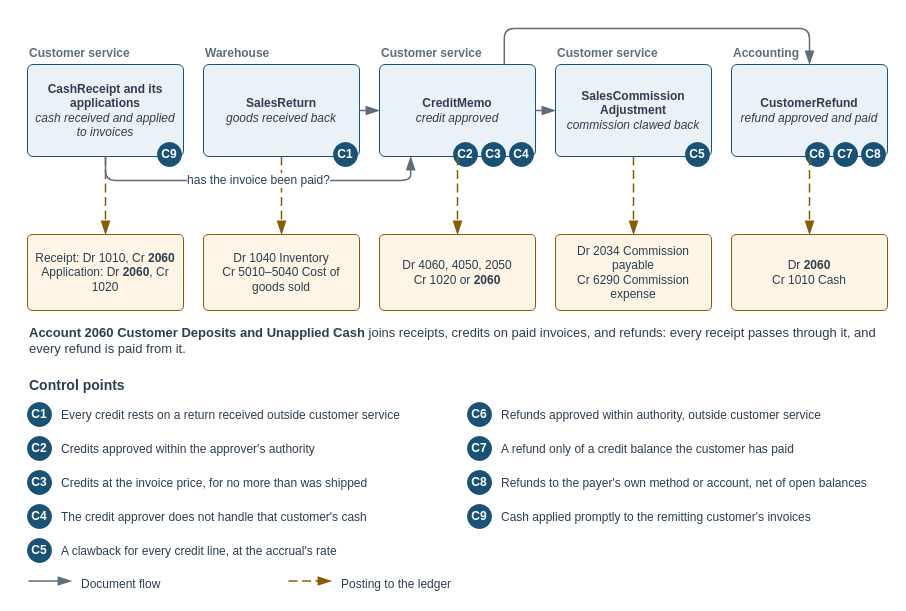
Above: visuals/src/fig-19-01-credits-cycle.drawio in mmcodesso/Accounting_Analytics_Book (draw.io), before the change. Source tidied: cells renumbered, new cells numbered last; positions are measured from the earlier drawing's top-left corner, leaving out a move shared by most shapes. Both pictures are drawn from the tidied source at 100%, with x=0, y=0 at pixel (27, 20).
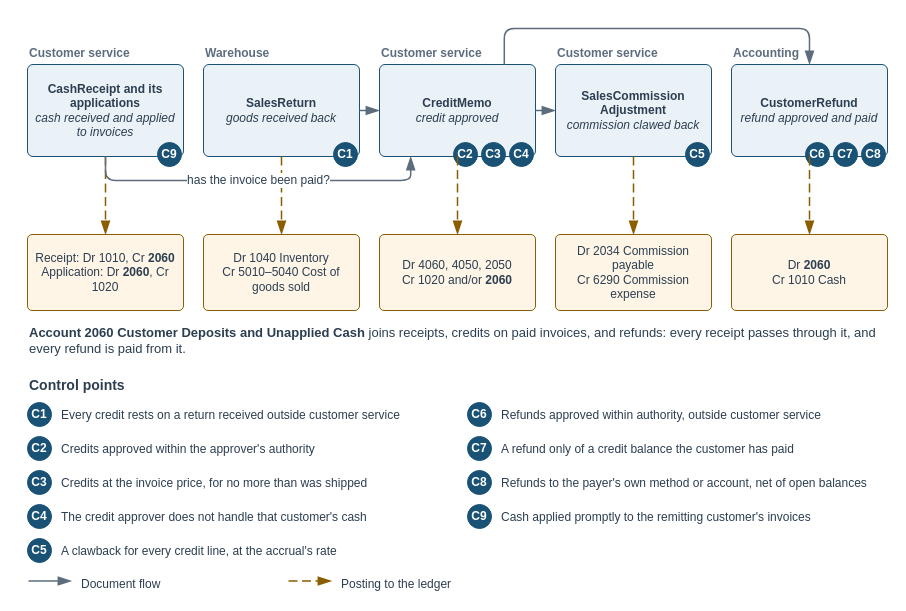
The same page after the edit.

What changed in the source:
```diff
@@
-    <mxCell id="18" value="Dr 4060, 4050, 2050&lt;br&gt;Cr 1020 or &lt;b&gt;2060&lt;/b&gt;" style="rounded=1;arcSize=6;whiteSpace=wrap;html=1;fillColor=#FEF5E7;strokeColor=#8A5D00;strokeWidth=1;fontColor=#2C3E50;fontSize=12;fontStyle=0;align=center;verticalAlign=middle;fontFamily=Helvetica;spacingLeft=6;spacingRight=6;" parent="1" vertex="1">
+    <mxCell id="18" value="Dr 4060, 4050, 2050&lt;br&gt;Cr 1020 and/or &lt;b&gt;2060&lt;/b&gt;" style="rounded=1;arcSize=6;whiteSpace=wrap;html=1;fillColor=#FEF5E7;strokeColor=#8A5D00;strokeWidth=1;fontColor=#2C3E50;fontSize=12;fontStyle=0;align=center;verticalAlign=middle;fontFamily=Helvetica;spacingLeft=6;spacingRight=6;" parent="1" vertex="1">
       <mxGeometry x="352" y="214" width="156" height="76" as="geometry" />
     </mxCell>
```
